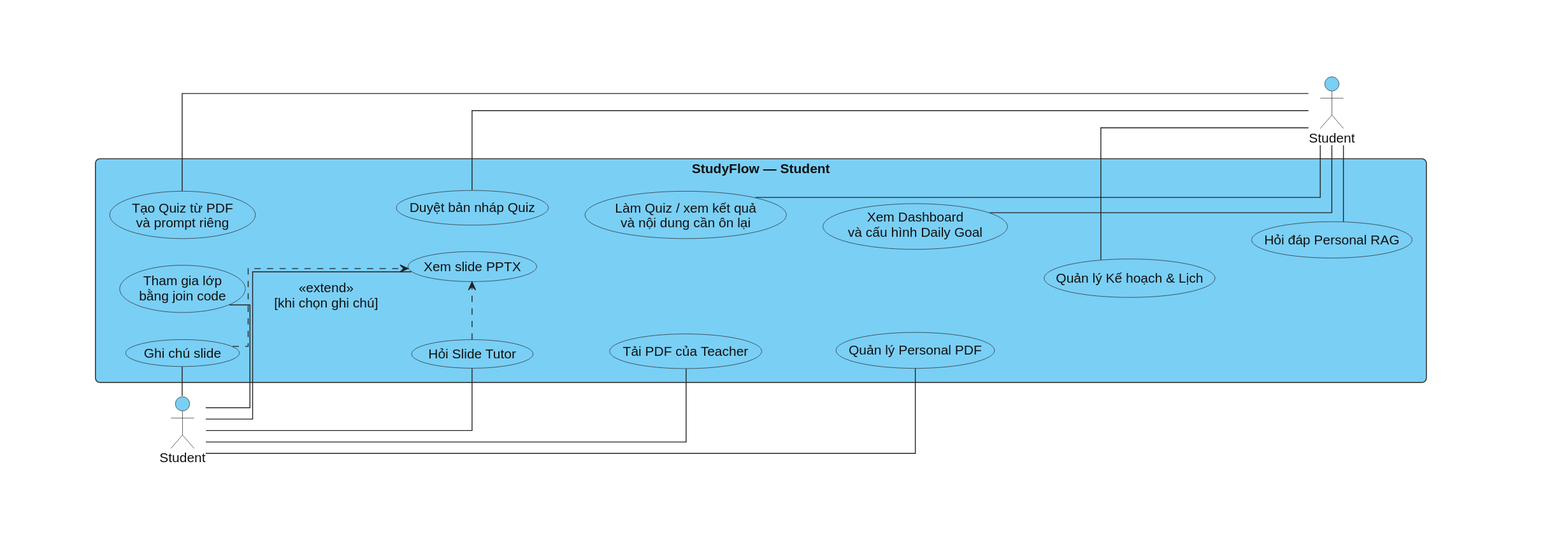
This is docs/diagrams/chuong-2/use-case-02-student.svg from bch7504/DATN, a PlantUML export, as it was before one commit. The source it was exported from:
```plantuml
@startuml
skinparam defaultFontColor #111111
skinparam ArrowColor #222222
skinparam ActorBackgroundColor #7ACFF5
skinparam ActorBorderColor #222222
skinparam NoteBackgroundColor #FFF9D9
skinparam NoteBorderColor #555555
skinparam RectangleBackgroundColor white
skinparam RectangleBorderColor #222222
skinparam UsecaseBackgroundColor #7ACFF5
skinparam UsecaseBorderColor #222222
skinparam RectangleBackgroundColor #7ACFF5
skinparam RectangleBorderColor #222222
skinparam shadowing false
skinparam linetype ortho
skinparam backgroundColor white
skinparam defaultFontName Arial
skinparam defaultFontSize 15
skinparam classAttributeIconSize 0
skinparam packageStyle rectangle
skinparam roundcorner 10
skinparam nodesep 30
skinparam ranksep 40
left to right direction
actor StudentLeft as "Student"
rectangle "StudyFlow — Student" #7ACFF5 {
usecase "Tham gia lớp\nbằng join code" as join
usecase "Xem slide PPTX" as view
usecase "Ghi chú slide" as note
usecase "Hỏi Slide Tutor" as tutor
usecase "Tải PDF của Teacher" as pdf
usecase "Quản lý Personal PDF" as docs
usecase "Hỏi đáp Personal RAG" as rag
usecase "Tạo Quiz từ PDF\nvà prompt riêng" as generate
usecase "Duyệt bản nháp Quiz" as review
usecase "Làm Quiz / xem kết quả\nvà nội dung cần ôn lại" as attempt
usecase "Xem Dashboard\nvà cấu hình Daily Goal" as dashboard
usecase "Quản lý Kế hoạch & Lịch" as plan
join -[hidden]down-> view
view -[hidden]down-> note
note -[hidden]down-> tutor
tutor -[hidden]down-> pdf
pdf -[hidden]down-> docs
generate -[hidden]down-> review
review -[hidden]down-> attempt
attempt -[hidden]down-> dashboard
dashboard -[hidden]down-> plan
plan -[hidden]down-> rag
join -[hidden]right-> generate
note .> view : <<extend>>\n[khi chọn ghi chú]
tutor .> view : <<extend>>\n[khi đặt câu hỏi]
}
actor StudentRight as "Student"
StudentLeft -right- join
StudentLeft -right- view
StudentLeft -right- note
StudentLeft -right- tutor
StudentLeft -right- pdf
StudentLeft -right- docs
generate -right- StudentRight
review -right- StudentRight
attempt -right- StudentRight
dashboard -right- StudentRight
plan -right- StudentRight
rag -right- StudentRight
@enduml
```
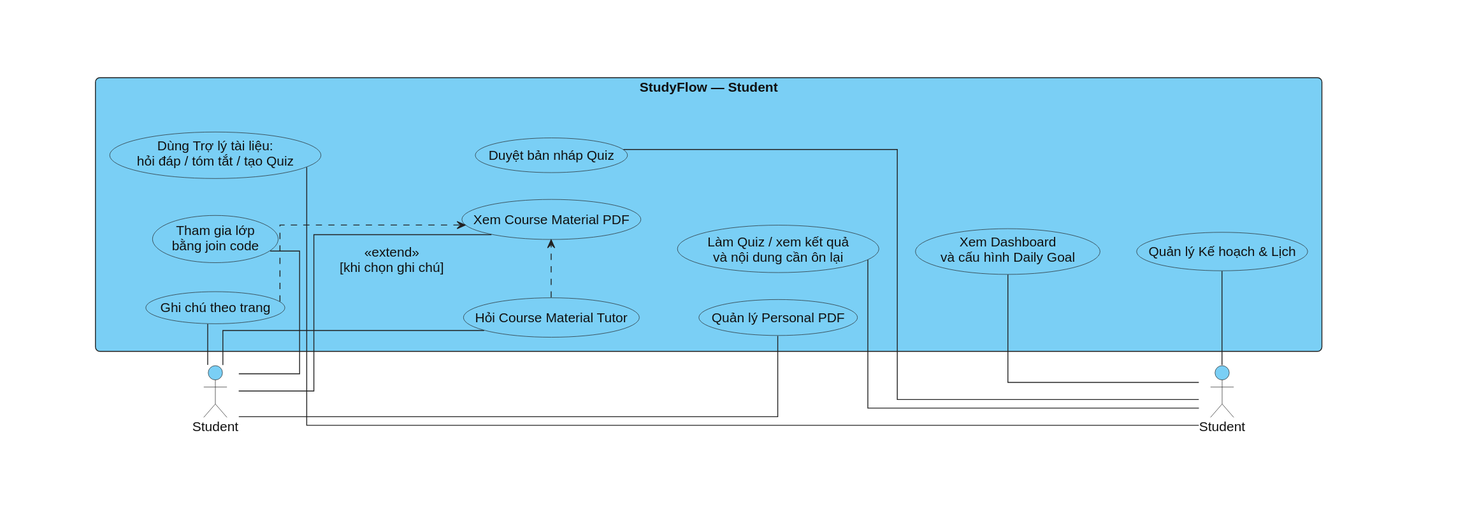
After the change.

The edit, as a diff of the source:
```diff
@@ -25,13 +25,11 @@
 actor StudentLeft as "Student"
 rectangle "StudyFlow — Student" #7ACFF5 {
 usecase "Tham gia lớp\nbằng join code" as join
-usecase "Xem slide PPTX" as view
-usecase "Ghi chú slide" as note
-usecase "Hỏi Slide Tutor" as tutor
-usecase "Tải PDF của Teacher" as pdf
+usecase "Xem Course Material PDF" as view
+usecase "Ghi chú theo trang" as note
+usecase "Hỏi Course Material Tutor" as tutor
 usecase "Quản lý Personal PDF" as docs
-usecase "Hỏi đáp Personal RAG" as rag
-usecase "Tạo Quiz từ PDF\nvà prompt riêng" as generate
+usecase "Dùng Trợ lý tài liệu:\nhỏi đáp / tóm tắt / tạo Quiz" as rag
 usecase "Duyệt bản nháp Quiz" as review
 usecase "Làm Quiz / xem kết quả\nvà nội dung cần ôn lại" as attempt
 usecase "Xem Dashboard\nvà cấu hình Daily Goal" as dashboard
@@ -39,14 +37,12 @@
 join -[hidden]down-> view
 view -[hidden]down-> note
 note -[hidden]down-> tutor
-tutor -[hidden]down-> pdf
-pdf -[hidden]down-> docs
-generate -[hidden]down-> review
+ tutor -[hidden]down-> docs
+rag -[hidden]down-> review
 review -[hidden]down-> attempt
 attempt -[hidden]down-> dashboard
 dashboard -[hidden]down-> plan
 plan -[hidden]down-> rag
-join -[hidden]right-> generate
 note .> view : <<extend>>\n[khi chọn ghi chú]
 tutor .> view : <<extend>>\n[khi đặt câu hỏi]
 }
@@ -55,12 +51,10 @@
 StudentLeft -right- view
 StudentLeft -right- note
 StudentLeft -right- tutor
-StudentLeft -right- pdf
 StudentLeft -right- docs
-generate -right- StudentRight
+rag -right- StudentRight
 review -right- StudentRight
 attempt -right- StudentRight
 dashboard -right- StudentRight
 plan -right- StudentRight
-rag -right- StudentRight
 @enduml
```
